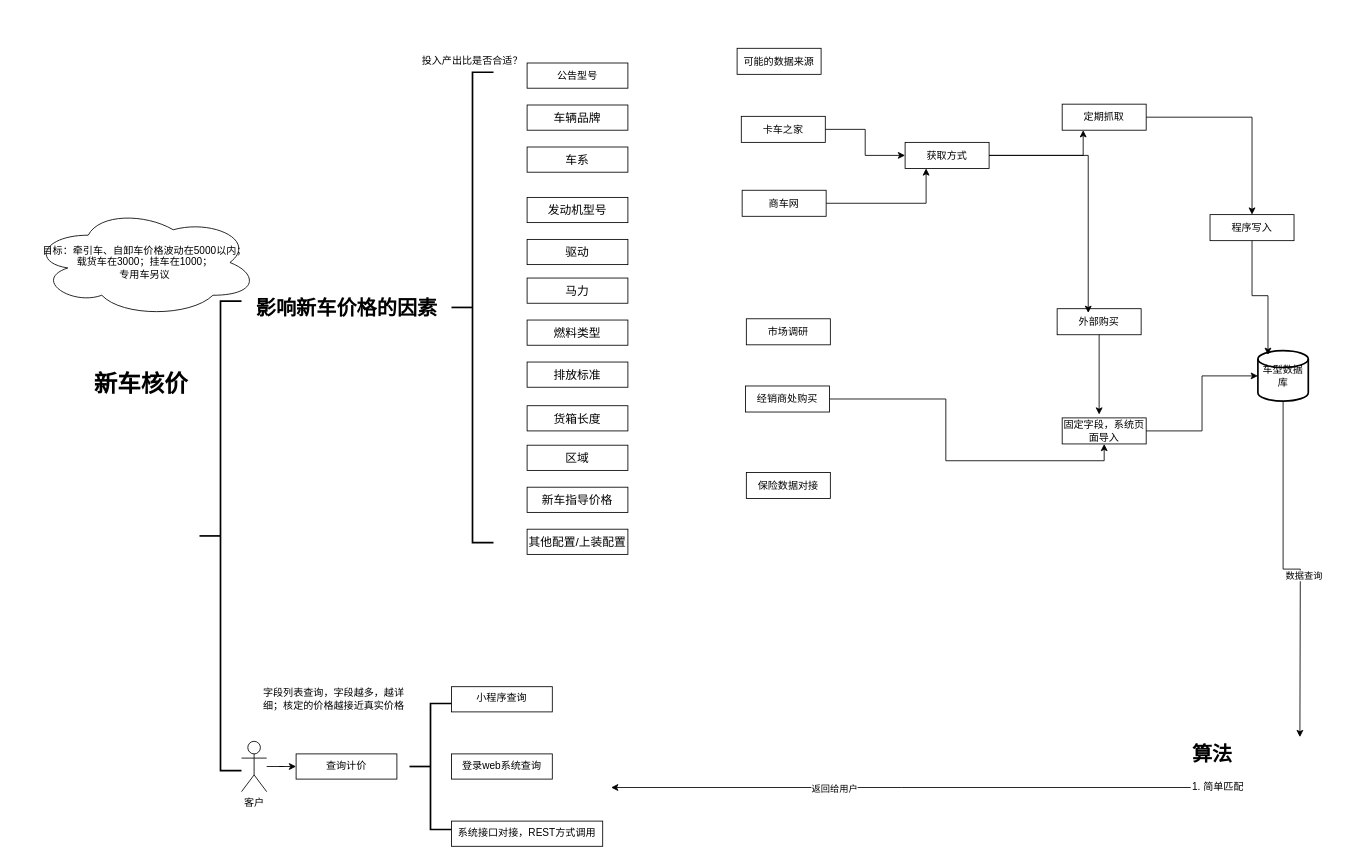
XiongZen/QJReconstitution keeps this draw.io diagram as Untitled Diagram.drawio. Above is the earlier version. Source tidied: cells renumbered, new cells numbered last; positions are measured from the earlier drawing's top-left corner, leaving out a move shared by most shapes. Both pictures are drawn from the tidied source at 84%, with x=0, y=0 at pixel (31, 48).
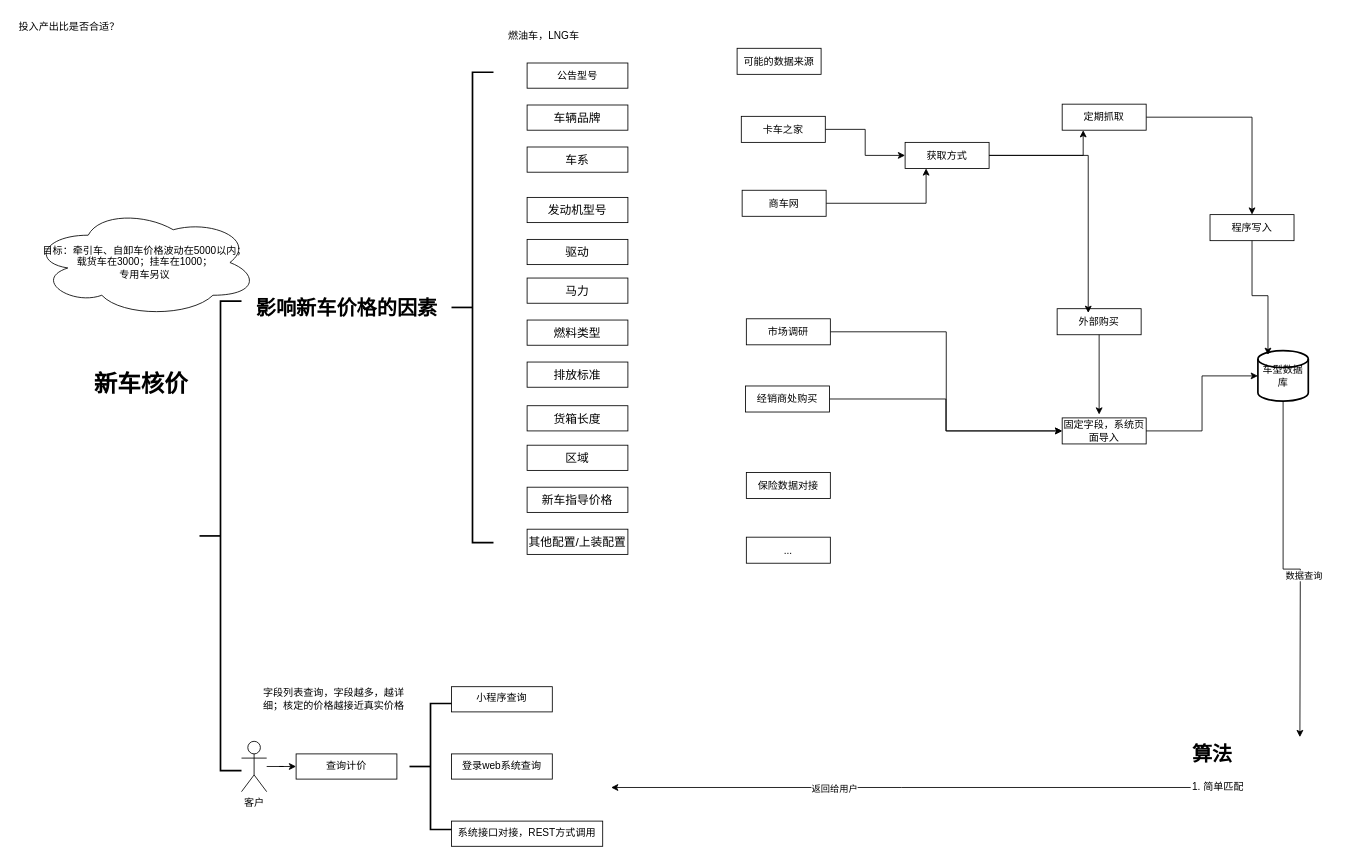
The same page after the edit.

The change refers to these unchanged cells:
```xml
<mxCell id="31" value="市场调研" style="whiteSpace=wrap;html=1;" parent="1" vertex="1">
  <mxGeometry x="851" y="322" width="100" height="31" as="geometry" />
</mxCell>
<mxCell id="33" value="经销商处购买" style="whiteSpace=wrap;html=1;" parent="1" vertex="1">
  <mxGeometry x="850" y="402" width="100" height="31" as="geometry" />
</mxCell>
<mxCell id="34" value="固定字段，系统页面导入" style="whiteSpace=wrap;html=1;" parent="1" vertex="1">
  <mxGeometry x="1227" y="440" width="100" height="31" as="geometry" />
</mxCell>
```

Change to the diagram source:
```diff
@@
     <mxCell id="15" value="投入产出比是否合适？" style="text;html=1;align=center;verticalAlign=middle;whiteSpace=wrap;rounded=0;" parent="1" vertex="1">
-      <mxGeometry x="460" width="130" height="30" as="geometry" />
+      <mxGeometry x="-20" y="-40" width="130" height="30" as="geometry" />
     </mxCell>
@@
+    <mxCell id="54" style="edgeStyle=orthogonalEdgeStyle;rounded=0;jettySize=auto;html=1;entryX=0;entryY=0.5;entryDx=0;entryDy=0;" parent="1" edge="1" source="31" target="34">
+      <mxGeometry relative="1" as="geometry" />
+    </mxCell>
@@
-    <mxCell id="32" style="edgeStyle=orthogonalEdgeStyle;rounded=0;jettySize=auto;html=1;entryX=0.5;entryY=1;entryDx=0;entryDy=0;" parent="1" edge="1" source="33" target="34">
+    <mxCell id="32" style="edgeStyle=orthogonalEdgeStyle;rounded=0;jettySize=auto;html=1;entryX=0;entryY=0.5;entryDx=0;entryDy=0;" parent="1" edge="1" source="33" target="34">
       <mxGeometry relative="1" as="geometry" />
     </mxCell>
@@
+    <mxCell id="55" value="燃油车，LNG车" style="text;html=1;align=center;verticalAlign=middle;whiteSpace=wrap;rounded=0;" parent="1" vertex="1">
+      <mxGeometry x="560" y="-30" width="100" height="30" as="geometry" />
+    </mxCell>
+    <mxCell id="56" value="..." style="whiteSpace=wrap;html=1;" parent="1" vertex="1">
+      <mxGeometry x="851" y="582" width="100" height="31" as="geometry" />
+    </mxCell>
```
